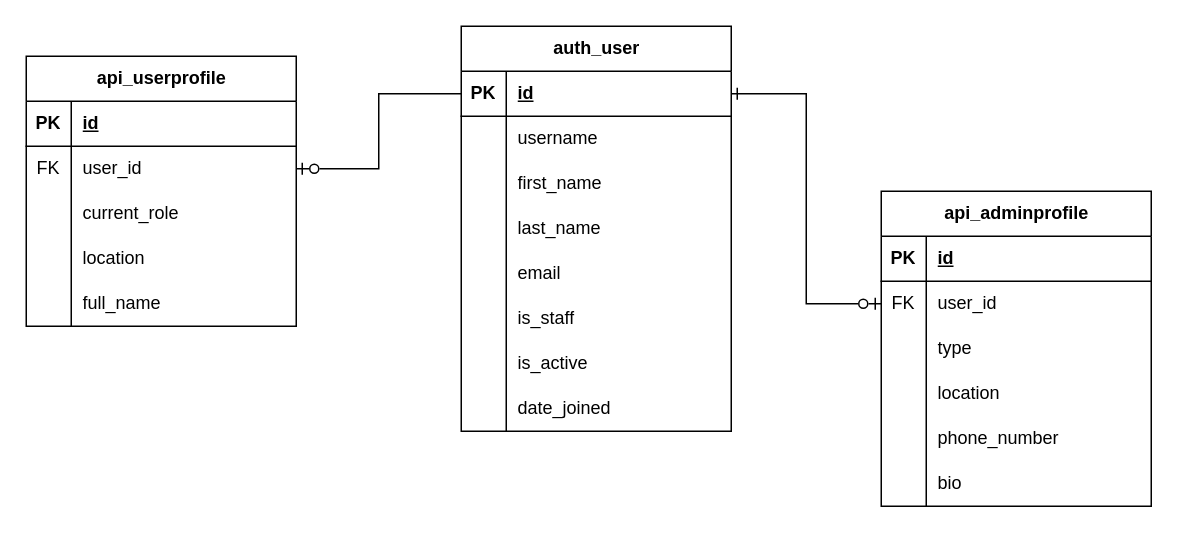
This is page "Admin" (7 of 7) of 2Gether.drawio from RHILIUS/drawio, a draw.io file, before an edit. Source tidied: cells renumbered, new cells numbered last; positions are measured from the earlier drawing's top-left corner, leaving out a move shared by most shapes. Both pictures are drawn from the tidied source at 150%, with x=0, y=0 at pixel (26, 26).
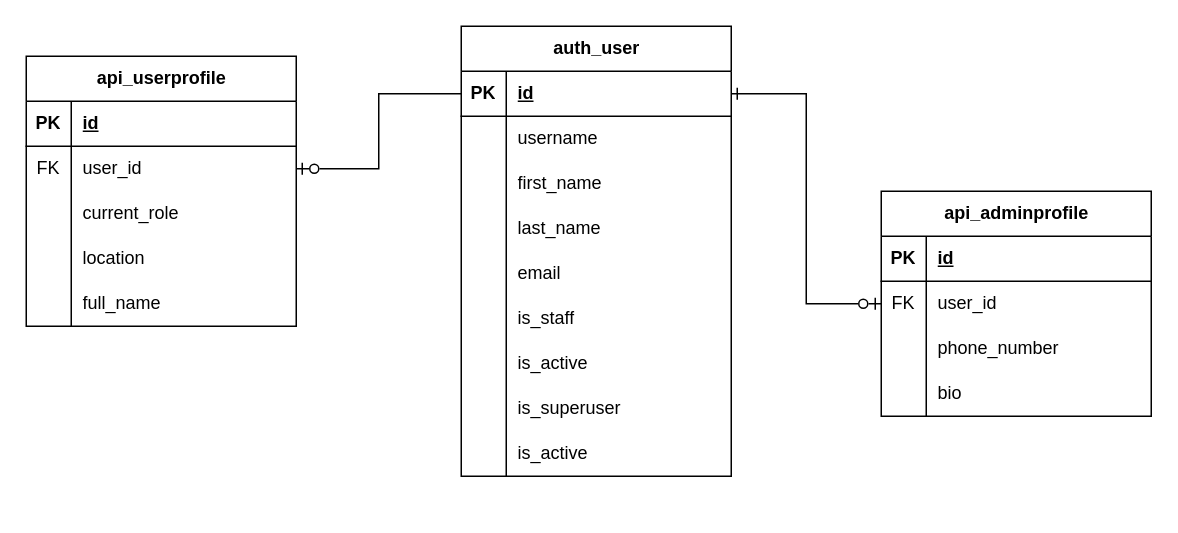
After the change.

Unchanged cells that the change refers to:
```xml
<mxCell id="24" style="shape=tableRow;horizontal=0;startSize=0;swimlaneHead=0;swimlaneBody=0;fillColor=none;top=0;left=0;right=0;bottom=0;" parent="2" vertex="1">
  <mxGeometry y="240" width="180" height="30" as="geometry" />
</mxCell>
```

What changed in the source:
```diff
@@
     <mxCell id="2" value="auth_user" style="shape=table;startSize=30;childLayout=tableLayout;rowLines=0;fontStyle=1;align=center;html=1;" parent="1" vertex="1">
-      <mxGeometry x="290" width="180" height="270" as="geometry" />
+      <mxGeometry x="290" width="180" height="300" as="geometry" />
     </mxCell>
@@
-    <mxCell id="26" value="date_joined" style="shape=partialRectangle;fillColor=none;top=0;left=0;bottom=0;right=0;align=left;spacingLeft=6;overflow=hidden;whiteSpace=wrap;html=1;" parent="24" vertex="1">
+    <mxCell id="26" value="is_superuser" style="shape=partialRectangle;fillColor=none;top=0;left=0;bottom=0;right=0;align=left;spacingLeft=6;overflow=hidden;whiteSpace=wrap;html=1;" parent="24" vertex="1">
       <mxGeometry x="30" width="150" height="30" as="geometry" />
     </mxCell>
+    <mxCell id="64" style="shape=tableRow;horizontal=0;startSize=0;swimlaneHead=0;swimlaneBody=0;fillColor=none;top=0;left=0;right=0;bottom=0;" parent="2" vertex="1">
+      <mxGeometry y="270" width="180" height="30" as="geometry" />
+    </mxCell>
+    <mxCell id="65" style="shape=partialRectangle;fillColor=none;top=0;left=0;bottom=0;right=0;overflow=hidden;whiteSpace=wrap;html=1;" parent="64" vertex="1">
+      <mxGeometry width="30" height="30" as="geometry" />
+    </mxCell>
+    <mxCell id="66" value="is_active" style="shape=partialRectangle;fillColor=none;top=0;left=0;bottom=0;right=0;align=left;spacingLeft=6;overflow=hidden;whiteSpace=wrap;html=1;" parent="64" vertex="1">
+      <mxGeometry x="30" width="150" height="30" as="geometry" />
+    </mxCell>
@@
     <mxCell id="44" value="api_adminprofile" style="shape=table;startSize=30;childLayout=tableLayout;rowLines=0;fontStyle=1;align=center;html=1;" parent="1" vertex="1">
-      <mxGeometry x="570" y="110" width="180" height="210" as="geometry" />
+      <mxGeometry x="570" y="110" width="180" height="150" as="geometry" />
     </mxCell>
@@
-    <mxCell id="51" style="shape=tableRow;horizontal=0;startSize=0;swimlaneHead=0;swimlaneBody=0;fillColor=none;top=0;left=0;right=0;bottom=0;" parent="44" vertex="1">
-      <mxGeometry y="90" width="180" height="30" as="geometry" />
-    </mxCell>
-    <mxCell id="52" style="shape=partialRectangle;fillColor=none;top=0;left=0;bottom=0;right=0;overflow=hidden;whiteSpace=wrap;html=1;" parent="51" vertex="1">
-      <mxGeometry width="30" height="30" as="geometry" />
-    </mxCell>
-    <mxCell id="53" value="type" style="shape=partialRectangle;fillColor=none;top=0;left=0;bottom=0;right=0;align=left;spacingLeft=6;overflow=hidden;whiteSpace=wrap;html=1;" parent="51" vertex="1">
-      <mxGeometry x="30" width="150" height="30" as="geometry" />
-    </mxCell>
-    <mxCell id="54" style="shape=tableRow;horizontal=0;startSize=0;swimlaneHead=0;swimlaneBody=0;fillColor=none;top=0;left=0;right=0;bottom=0;" parent="44" vertex="1">
-      <mxGeometry y="120" width="180" height="30" as="geometry" />
-    </mxCell>
-    <mxCell id="55" style="shape=partialRectangle;fillColor=none;top=0;left=0;bottom=0;right=0;overflow=hidden;whiteSpace=wrap;html=1;" parent="54" vertex="1">
-      <mxGeometry width="30" height="30" as="geometry" />
-    </mxCell>
-    <mxCell id="56" value="location" style="shape=partialRectangle;fillColor=none;top=0;left=0;bottom=0;right=0;align=left;spacingLeft=6;overflow=hidden;whiteSpace=wrap;html=1;" parent="54" vertex="1">
-      <mxGeometry x="30" width="150" height="30" as="geometry" />
-    </mxCell>
     <mxCell id="57" style="shape=tableRow;horizontal=0;startSize=0;swimlaneHead=0;swimlaneBody=0;fillColor=none;top=0;left=0;right=0;bottom=0;" parent="44" vertex="1">
-      <mxGeometry y="150" width="180" height="30" as="geometry" />
+      <mxGeometry y="90" width="180" height="30" as="geometry" />
     </mxCell>
@@
     <mxCell id="60" style="shape=tableRow;horizontal=0;startSize=0;swimlaneHead=0;swimlaneBody=0;fillColor=none;top=0;left=0;right=0;bottom=0;" parent="44" vertex="1">
-      <mxGeometry y="180" width="180" height="30" as="geometry" />
+      <mxGeometry y="120" width="180" height="30" as="geometry" />
     </mxCell>
```
